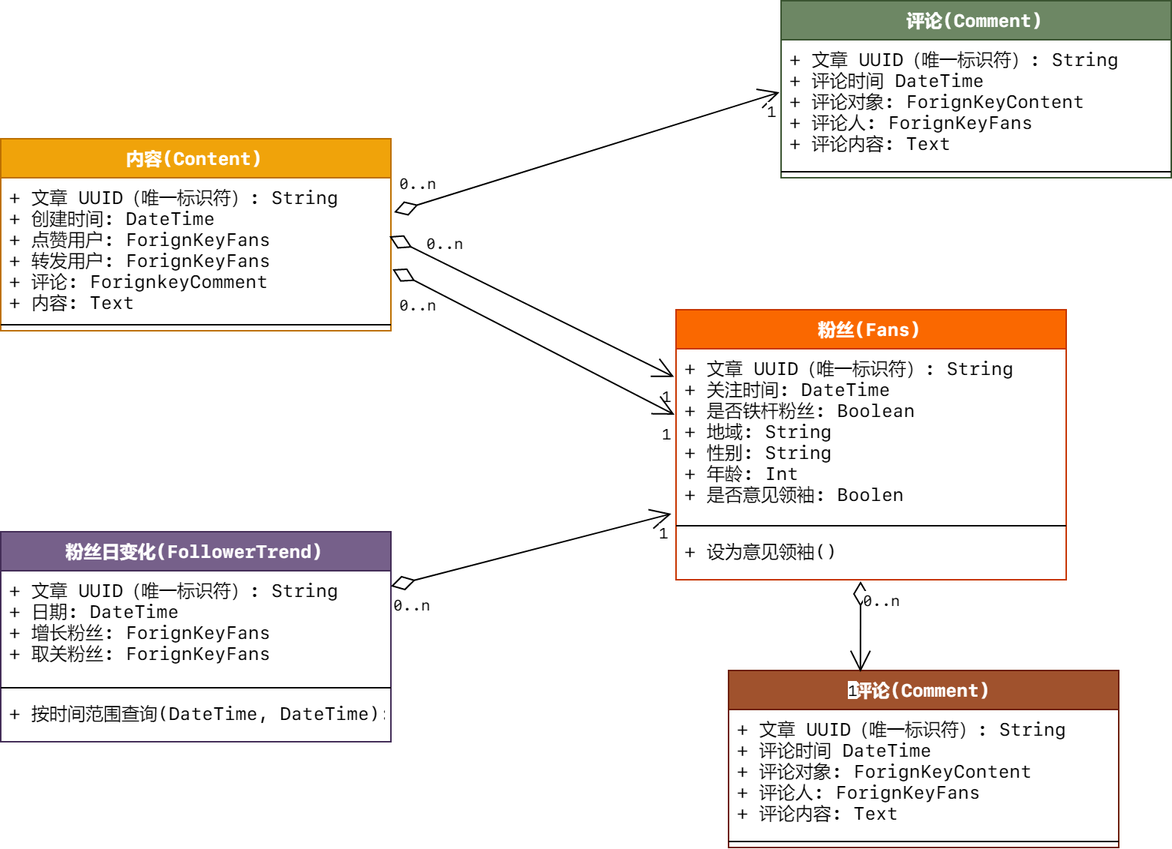
Before: 1-SoftwareRequirements/DataAnalysis/da_class.png, a diagram exported from draw.io (zan-press/diagram). Source tidied: cells renumbered, new cells last; positions are measured from the earlier drawing's top-left corner, leaving out a move shared by most shapes.
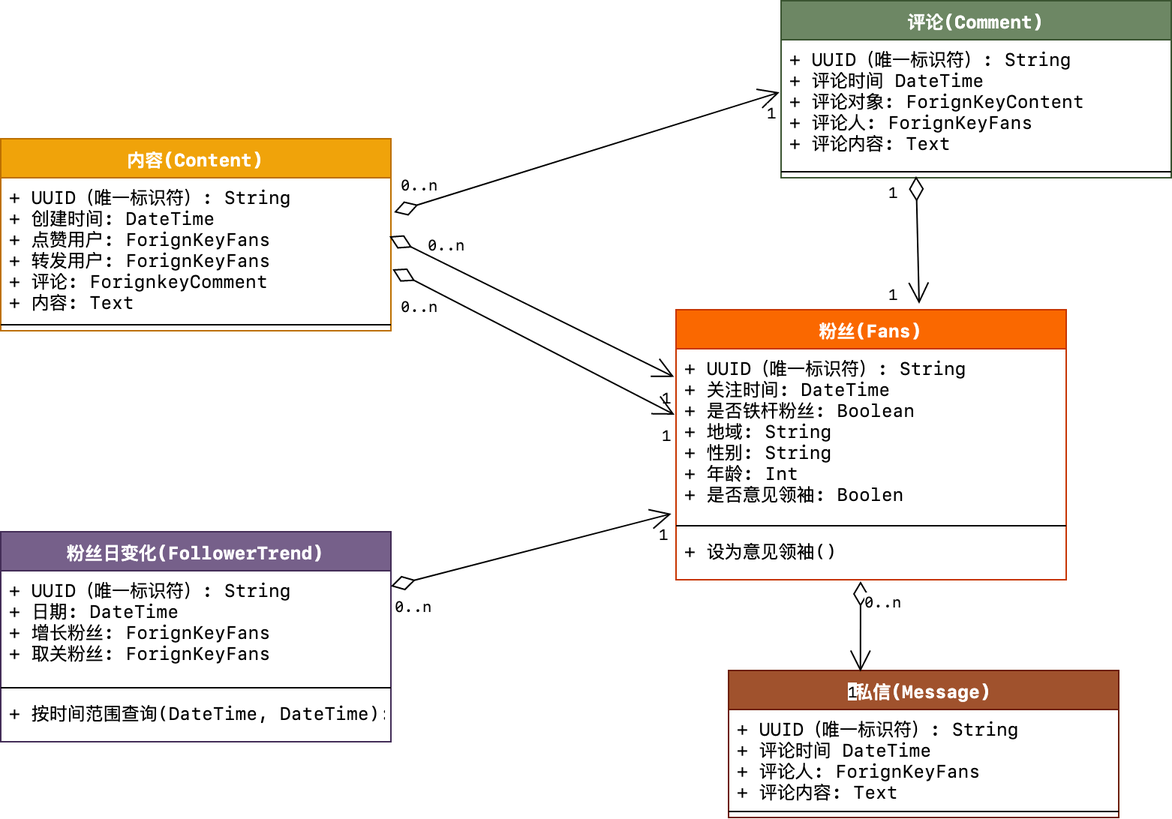
After the change.

Change to the diagram source:
```diff
@@ -5,7 +5,7 @@
     <mxCell id="2" value="内容(Content)" style="swimlane;fontStyle=1;align=center;verticalAlign=top;horizontal=1;startSize=26;fillColor=#f0a30a;strokeColor=#BD7000;fontFamily=SF Mono;fontColor=#ffffff;" parent="1" vertex="1">
       <mxGeometry y="92" width="260" height="128" as="geometry" />
     </mxCell>
-    <mxCell id="3" value="+ 文章 UUID（唯一标识符）: String&#10;+ 创建时间: DateTime&#10;+ 点赞用户: ForignKeyFans&#10;+ 转发用户: ForignKeyFans&#10;+ 评论: ForignkeyComment&#10;+ 内容: Text" style="text;strokeColor=none;fillColor=none;align=left;verticalAlign=top;spacingLeft=4;spacingRight=4;overflow=hidden;points=[[0,0.5],[1,0.5]];portConstraint=eastwest;spacing=2;imageAspect=1;noLabel=0;fontFamily=SF Mono;" parent="2" vertex="1">
+    <mxCell id="3" value="+ UUID（唯一标识符）: String&#10;+ 创建时间: DateTime&#10;+ 点赞用户: ForignKeyFans&#10;+ 转发用户: ForignKeyFans&#10;+ 评论: ForignkeyComment&#10;+ 内容: Text" style="text;strokeColor=none;fillColor=none;align=left;verticalAlign=top;spacingLeft=4;spacingRight=4;overflow=hidden;points=[[0,0.5],[1,0.5]];portConstraint=eastwest;spacing=2;imageAspect=1;noLabel=0;fontFamily=SF Mono;" parent="2" vertex="1">
       <mxGeometry y="26" width="260" height="94" as="geometry" />
     </mxCell>
     <mxCell id="4" style="line;strokeWidth=1;fillColor=none;align=left;verticalAlign=middle;spacingTop=-1;spacingLeft=3;spacingRight=3;labelPosition=right;fontFamily=SF Mono;" parent="2" vertex="1">
@@ -14,7 +14,7 @@
     <mxCell id="5" value="粉丝(Fans)" style="swimlane;fontStyle=1;align=center;verticalAlign=top;horizontal=1;startSize=26;fillColor=#fa6800;strokeColor=#C73500;fontColor=#ffffff;fontFamily=SF Mono;" parent="1" vertex="1">
       <mxGeometry x="450" y="206" width="260" height="180" as="geometry" />
     </mxCell>
-    <mxCell id="6" value="+ 文章 UUID（唯一标识符）: String&#10;+ 关注时间: DateTime&#10;+ 是否铁杆粉丝: Boolean&#10;+ 地域: String&#10;+ 性别: String&#10;+ 年龄: Int&#10;+ 是否意见领袖: Boolen" style="text;strokeColor=none;fillColor=none;align=left;verticalAlign=top;spacingLeft=4;spacingRight=4;overflow=hidden;points=[[0,0.5],[1,0.5]];portConstraint=eastwest;spacing=2;imageAspect=1;noLabel=0;fontFamily=SF Mono;" parent="5" vertex="1">
+    <mxCell id="6" value="+ UUID（唯一标识符）: String&#10;+ 关注时间: DateTime&#10;+ 是否铁杆粉丝: Boolean&#10;+ 地域: String&#10;+ 性别: String&#10;+ 年龄: Int&#10;+ 是否意见领袖: Boolen" style="text;strokeColor=none;fillColor=none;align=left;verticalAlign=top;spacingLeft=4;spacingRight=4;overflow=hidden;points=[[0,0.5],[1,0.5]];portConstraint=eastwest;spacing=2;imageAspect=1;noLabel=0;fontFamily=SF Mono;" parent="5" vertex="1">
       <mxGeometry y="26" width="260" height="114" as="geometry" />
     </mxCell>
     <mxCell id="7" style="line;strokeWidth=1;fillColor=none;align=left;verticalAlign=middle;spacingTop=-1;spacingLeft=3;spacingRight=3;labelPosition=right;fontFamily=SF Mono;" parent="5" vertex="1">
@@ -26,7 +26,7 @@
     <mxCell id="9" value="粉丝日变化(FollowerTrend)" style="swimlane;fontStyle=1;align=center;verticalAlign=top;horizontal=1;startSize=26;fillColor=#76608a;strokeColor=#432D57;fontColor=#ffffff;fontFamily=SF Mono;" parent="1" vertex="1">
       <mxGeometry y="354" width="260" height="140" as="geometry" />
     </mxCell>
-    <mxCell id="10" value="+ 文章 UUID（唯一标识符）: String&#10;+ 日期: DateTime&#10;+ 增长粉丝: ForignKeyFans&#10;+ 取关粉丝: ForignKeyFans" style="text;strokeColor=none;fillColor=none;align=left;verticalAlign=top;spacingLeft=4;spacingRight=4;overflow=hidden;spacing=2;imageAspect=1;noLabel=0;fontFamily=SF Mono;" parent="9" vertex="1">
+    <mxCell id="10" value="+ UUID（唯一标识符）: String&#10;+ 日期: DateTime&#10;+ 增长粉丝: ForignKeyFans&#10;+ 取关粉丝: ForignKeyFans" style="text;strokeColor=none;fillColor=none;align=left;verticalAlign=top;spacingLeft=4;spacingRight=4;overflow=hidden;spacing=2;imageAspect=1;noLabel=0;fontFamily=SF Mono;" parent="9" vertex="1">
       <mxGeometry y="26" width="260" height="74" as="geometry" />
     </mxCell>
     <mxCell id="11" style="line;strokeWidth=1;fillColor=none;align=left;verticalAlign=middle;spacingTop=-1;spacingLeft=3;spacingRight=3;labelPosition=right;fontFamily=SF Mono;" parent="9" vertex="1">
@@ -38,20 +38,20 @@
     <mxCell id="13" value="评论(Comment)" style="swimlane;fontStyle=1;align=center;verticalAlign=top;horizontal=1;startSize=26;fillColor=#6d8764;strokeColor=#3A5431;fontFamily=SF Mono;fontColor=#ffffff;" parent="1" vertex="1">
       <mxGeometry x="520" width="260" height="118" as="geometry" />
     </mxCell>
-    <mxCell id="14" value="+ 文章 UUID（唯一标识符）: String&#10;+ 评论时间 DateTime&#10;+ 评论对象: ForignKeyContent&#10;+ 评论人: ForignKeyFans&#10;+ 评论内容: Text" style="text;strokeColor=none;fillColor=none;align=left;verticalAlign=top;spacingLeft=4;spacingRight=4;overflow=hidden;points=[[0,0.5],[1,0.5]];portConstraint=eastwest;spacing=2;imageAspect=1;noLabel=0;fontFamily=SF Mono;" parent="13" vertex="1">
+    <mxCell id="14" value="+ UUID（唯一标识符）: String&#10;+ 评论时间 DateTime&#10;+ 评论对象: ForignKeyContent&#10;+ 评论人: ForignKeyFans&#10;+ 评论内容: Text" style="text;strokeColor=none;fillColor=none;align=left;verticalAlign=top;spacingLeft=4;spacingRight=4;overflow=hidden;points=[[0,0.5],[1,0.5]];portConstraint=eastwest;spacing=2;imageAspect=1;noLabel=0;fontFamily=SF Mono;" parent="13" vertex="1">
       <mxGeometry y="26" width="260" height="84" as="geometry" />
     </mxCell>
     <mxCell id="15" style="line;strokeWidth=1;fillColor=none;align=left;verticalAlign=middle;spacingTop=-1;spacingLeft=3;spacingRight=3;labelPosition=right;points=[];portConstraint=eastwest;fontFamily=SF Mono;" parent="13" vertex="1">
       <mxGeometry y="110" width="260" height="8" as="geometry" />
     </mxCell>
-    <mxCell id="16" value="评论(Comment)" style="swimlane;fontStyle=1;align=center;verticalAlign=top;horizontal=1;startSize=26;fillColor=#a0522d;strokeColor=#6D1F00;fontColor=#ffffff;fontFamily=SF Mono;" parent="1" vertex="1">
-      <mxGeometry x="485" y="446.5" width="260" height="118" as="geometry" />
+    <mxCell id="16" value="私信(Message)" style="swimlane;fontStyle=1;align=center;verticalAlign=top;horizontal=1;startSize=26;fillColor=#a0522d;strokeColor=#6D1F00;fontColor=#ffffff;fontFamily=SF Mono;" parent="1" vertex="1">
+      <mxGeometry x="485" y="446.5" width="260" height="98" as="geometry" />
     </mxCell>
-    <mxCell id="17" value="+ 文章 UUID（唯一标识符）: String&#10;+ 评论时间 DateTime&#10;+ 评论对象: ForignKeyContent&#10;+ 评论人: ForignKeyFans&#10;+ 评论内容: Text" style="text;strokeColor=none;fillColor=none;align=left;verticalAlign=top;spacingLeft=4;spacingRight=4;overflow=hidden;spacing=2;imageAspect=1;noLabel=0;fontFamily=SF Mono;" parent="16" vertex="1">
-      <mxGeometry y="26" width="260" height="84" as="geometry" />
+    <mxCell id="17" value="+ UUID（唯一标识符）: String&#10;+ 评论时间 DateTime&#10;+ 评论人: ForignKeyFans&#10;+ 评论内容: Text" style="text;strokeColor=none;fillColor=none;align=left;verticalAlign=top;spacingLeft=4;spacingRight=4;overflow=hidden;spacing=2;imageAspect=1;noLabel=0;fontFamily=SF Mono;" parent="16" vertex="1">
+      <mxGeometry y="26" width="260" height="64" as="geometry" />
     </mxCell>
     <mxCell id="18" style="line;strokeWidth=1;fillColor=none;align=left;verticalAlign=middle;spacingTop=-1;spacingLeft=3;spacingRight=3;labelPosition=right;fontFamily=SF Mono;" parent="16" vertex="1">
-      <mxGeometry y="110" width="260" height="8" as="geometry" />
+      <mxGeometry y="90" width="260" height="8" as="geometry" />
     </mxCell>
     <mxCell id="19" style="endArrow=open;html=1;endSize=12;startArrow=diamondThin;startSize=14;startFill=0;entryX=-0.004;entryY=0.417;entryDx=0;entryDy=0;entryPerimeter=0;fontFamily=SF Mono;exitX=1.008;exitY=0.245;exitDx=0;exitDy=0;exitPerimeter=0;" parent="1" edge="1" source="3" target="14">
       <mxGeometry relative="1" as="geometry" />
@@ -106,5 +106,16 @@
     <mxCell id="33" value="1" style="html=1;align=right;verticalAlign=top;labelBackgroundColor=#ffffff;fontSize=10;fontFamily=SF Mono;" parent="31" vertex="1">
       <mxGeometry x="1" relative="1" as="geometry" />
     </mxCell>
+    <mxCell id="34" style="endArrow=open;html=1;endSize=12;startArrow=diamondThin;startSize=14;startFill=0;fontFamily=SF Mono;exitX=0.346;exitY=0.875;exitDx=0;exitDy=0;exitPerimeter=0;" parent="1" edge="1" source="15">
+      <mxGeometry relative="1" as="geometry">
+        <mxPoint x="612" y="202" as="targetPoint" />
+      </mxGeometry>
+    </mxCell>
+    <mxCell id="35" value="1" style="html=1;align=right;verticalAlign=top;labelBackgroundColor=#ffffff;fontSize=10;fontFamily=SF Mono;" parent="1" vertex="1">
+      <mxGeometry x="599.9" y="114" as="geometry" />
+    </mxCell>
+    <mxCell id="36" value="1" style="html=1;align=right;verticalAlign=top;labelBackgroundColor=#ffffff;fontSize=10;fontFamily=SF Mono;" parent="1" vertex="1">
+      <mxGeometry x="599.9" y="182" as="geometry" />
+    </mxCell>
   </root>
 </mxGraphModel>
```
